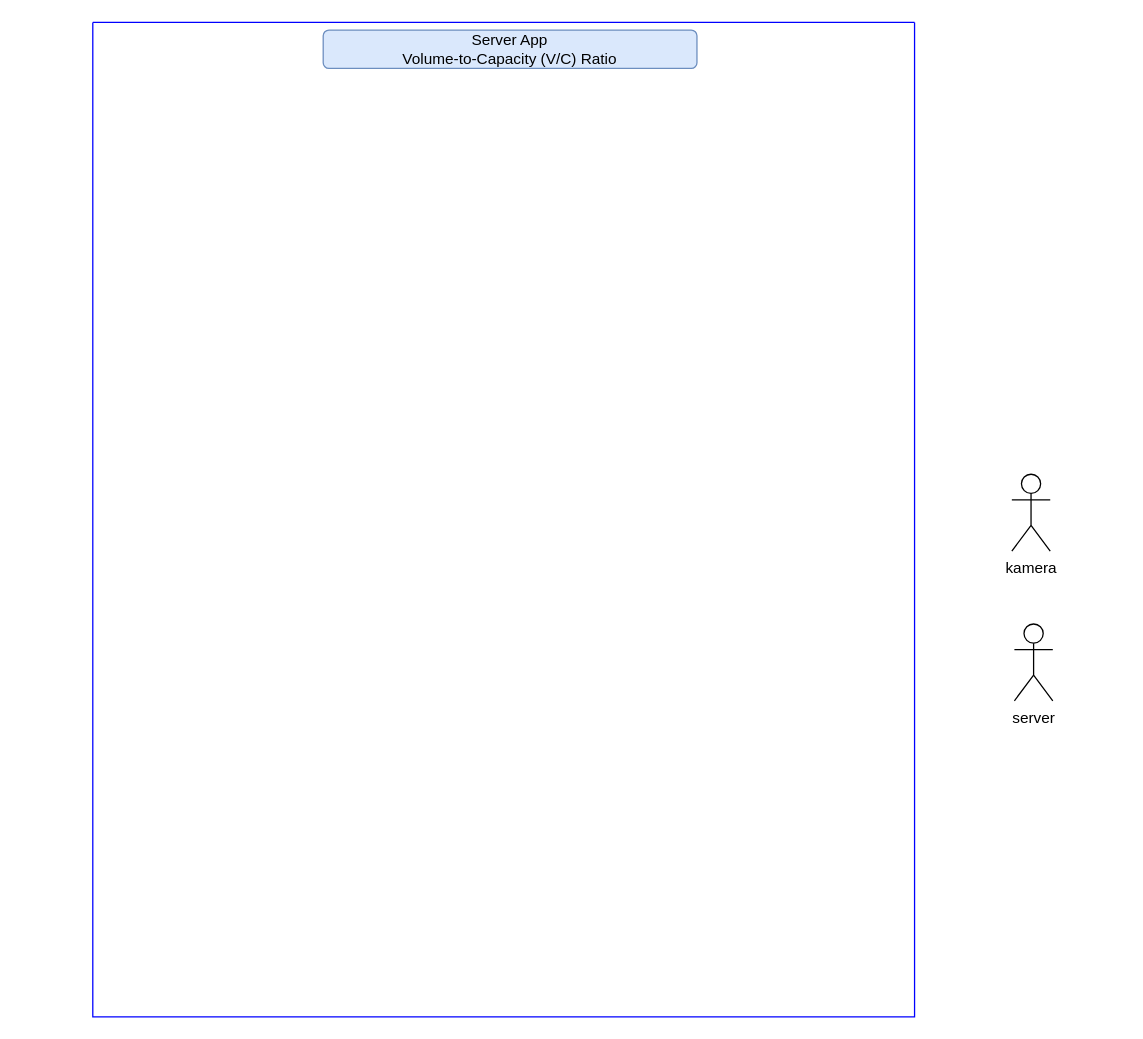
This is vc-ratio.drawio from eenattayani/desain, a draw.io file, before an edit. Source tidied: cells renumbered, new cells numbered last; positions are measured from the earlier drawing's top-left corner, leaving out a move shared by most shapes. Both pictures are drawn from the tidied source at 128%, with x=0, y=0 at pixel (92, 22).
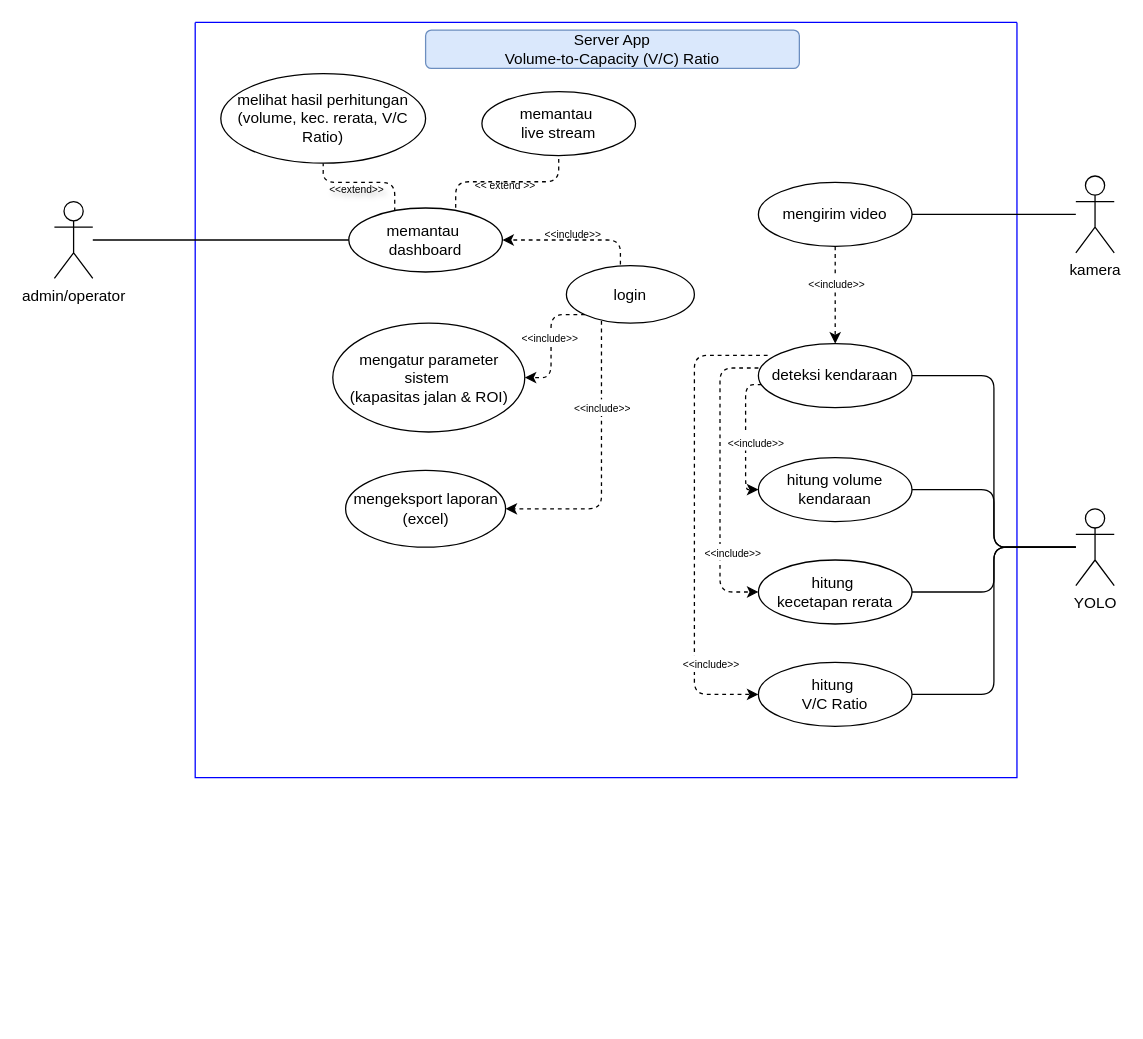
The same diagram, later.

What changed in the source:
```diff
@@
     <mxCell id="2" style="swimlane;startSize=0;fillColor=#fff2cc;strokeColor=#0000FF;" parent="1" vertex="1">
-      <mxGeometry width="642" height="777" as="geometry" />
+      <mxGeometry x="80" width="642" height="590" as="geometry" />
     </mxCell>
@@
+    <mxCell id="6" style="edgeStyle=orthogonalEdgeStyle;rounded=1;jettySize=auto;html=1;entryX=0.5;entryY=1;entryDx=0;entryDy=0;curved=0;dashed=1;endArrow=none;endFill=0;exitX=0.299;exitY=0.052;exitDx=0;exitDy=0;exitPerimeter=0;" parent="2" edge="1" source="12" target="14">
+      <mxGeometry relative="1" as="geometry" />
+    </mxCell>
+    <mxCell id="7" value="&lt;font style=&quot;font-size: 8px;&quot;&gt;&amp;lt;&amp;lt;extend&amp;gt;&amp;gt;&lt;/font&gt;" style="edgeLabel;html=1;align=center;verticalAlign=middle;textShadow=1;labelBackgroundColor=none;" parent="6" vertex="1">
+      <mxGeometry x="0.15" y="1" relative="1" as="geometry">
+        <mxPoint x="1" y="3" as="offset" />
+      </mxGeometry>
+    </mxCell>
+    <mxCell id="8" style="edgeStyle=orthogonalEdgeStyle;rounded=1;jettySize=auto;html=1;entryX=0.5;entryY=1;entryDx=0;entryDy=0;curved=0;dashed=1;endArrow=none;endFill=0;exitX=0.696;exitY=-0.002;exitDx=0;exitDy=0;exitPerimeter=0;fontSize=8;" parent="2" edge="1" source="12" target="13">
+      <mxGeometry relative="1" as="geometry" />
+    </mxCell>
+    <mxCell id="9" value="&amp;lt;&amp;lt; extend &amp;gt;&amp;gt;" style="edgeLabel;html=1;align=center;verticalAlign=middle;fontSize=8;labelBackgroundColor=none;" parent="8" vertex="1">
+      <mxGeometry x="-0.24" y="-1" relative="1" as="geometry">
+        <mxPoint x="12" y="2" as="offset" />
+      </mxGeometry>
+    </mxCell>
+    <mxCell id="10" style="edgeStyle=orthogonalEdgeStyle;rounded=1;jettySize=auto;html=1;entryX=1;entryY=0.5;entryDx=0;entryDy=0;curved=0;endArrow=classic;endFill=1;dashed=1;exitX=0.422;exitY=-0.019;exitDx=0;exitDy=0;exitPerimeter=0;" parent="2" edge="1" source="32" target="12">
+      <mxGeometry relative="1" as="geometry" />
+    </mxCell>
+    <mxCell id="11" value="&amp;lt;&amp;lt;include&amp;gt;&amp;gt;" style="edgeLabel;html=1;align=center;verticalAlign=middle;fontSize=8;labelBackgroundColor=none;" parent="10" vertex="1">
+      <mxGeometry x="-0.15" y="-2" relative="1" as="geometry">
+        <mxPoint x="-10" y="-3" as="offset" />
+      </mxGeometry>
+    </mxCell>
+    <mxCell id="12" value="memantau&amp;nbsp;&lt;div&gt;dashboard&lt;/div&gt;" style="ellipse;whiteSpace=wrap;html=1;" parent="2" vertex="1">
+      <mxGeometry x="120" y="145" width="120" height="50" as="geometry" />
+    </mxCell>
+    <mxCell id="13" value="memantau&amp;nbsp;&lt;div&gt;live stream&lt;/div&gt;" style="ellipse;whiteSpace=wrap;html=1;" parent="2" vertex="1">
+      <mxGeometry x="224" y="54" width="120" height="50" as="geometry" />
+    </mxCell>
+    <mxCell id="14" value="melihat hasil perhitungan&lt;div&gt;(volume, kec. rerata, V/C Ratio)&lt;/div&gt;" style="ellipse;whiteSpace=wrap;html=1;" parent="2" vertex="1">
+      <mxGeometry x="20" y="40" width="160" height="70" as="geometry" />
+    </mxCell>
+    <mxCell id="15" value="mengatur parameter sistem&amp;nbsp;&lt;div&gt;(kapasitas jalan &amp;amp; ROI)&lt;/div&gt;" style="ellipse;whiteSpace=wrap;html=1;" parent="2" vertex="1">
+      <mxGeometry x="107.5" y="235" width="150" height="85" as="geometry" />
+    </mxCell>
+    <mxCell id="16" value="mengeksport laporan (excel)" style="ellipse;whiteSpace=wrap;html=1;" parent="2" vertex="1">
+      <mxGeometry x="117.5" y="350" width="125" height="60" as="geometry" />
+    </mxCell>
+    <mxCell id="17" style="edgeStyle=orthogonalEdgeStyle;rounded=1;jettySize=auto;html=1;entryX=0.5;entryY=0;entryDx=0;entryDy=0;curved=0;dashed=1;" parent="2" edge="1" source="19" target="24">
+      <mxGeometry relative="1" as="geometry" />
+    </mxCell>
+    <mxCell id="18" value="&lt;font style=&quot;font-size: 8px;&quot;&gt;&amp;lt;&amp;lt;include&amp;gt;&amp;gt;&lt;/font&gt;" style="edgeLabel;html=1;align=center;verticalAlign=middle;" parent="17" vertex="1">
+      <mxGeometry x="-0.27" relative="1" as="geometry" />
+    </mxCell>
+    <mxCell id="19" value="mengirim video" style="ellipse;whiteSpace=wrap;html=1;" parent="2" vertex="1">
+      <mxGeometry x="440" y="125" width="120" height="50" as="geometry" />
+    </mxCell>
+    <mxCell id="20" style="edgeStyle=orthogonalEdgeStyle;rounded=1;jettySize=auto;html=1;entryX=0;entryY=0.5;entryDx=0;entryDy=0;curved=0;dashed=1;exitX=0.021;exitY=0.64;exitDx=0;exitDy=0;exitPerimeter=0;" parent="2" edge="1" source="24" target="25">
+      <mxGeometry relative="1" as="geometry">
+        <Array as="points">
+          <mxPoint x="430" y="283" />
+          <mxPoint x="430" y="365" />
+        </Array>
+      </mxGeometry>
+    </mxCell>
+    <mxCell id="21" value="&lt;font style=&quot;font-size: 8px;&quot;&gt;&amp;lt;&amp;lt;include&amp;gt;&amp;gt;&lt;/font&gt;" style="edgeLabel;html=1;align=center;verticalAlign=middle;" parent="20" vertex="1">
+      <mxGeometry x="0.18" relative="1" as="geometry">
+        <mxPoint x="7" y="-5" as="offset" />
+      </mxGeometry>
+    </mxCell>
+    <mxCell id="22" style="edgeStyle=orthogonalEdgeStyle;rounded=1;jettySize=auto;html=1;entryX=0;entryY=0.5;entryDx=0;entryDy=0;curved=0;dashed=1;exitX=0;exitY=0.38;exitDx=0;exitDy=0;exitPerimeter=0;" parent="2" edge="1" source="24" target="26">
+      <mxGeometry relative="1" as="geometry">
+        <Array as="points">
+          <mxPoint x="410" y="270" />
+          <mxPoint x="410" y="445" />
+        </Array>
+      </mxGeometry>
+    </mxCell>
+    <mxCell id="23" style="edgeStyle=orthogonalEdgeStyle;rounded=1;jettySize=auto;html=1;entryX=0;entryY=0.5;entryDx=0;entryDy=0;curved=0;dashed=1;exitX=0.06;exitY=0.183;exitDx=0;exitDy=0;exitPerimeter=0;" parent="2" edge="1" source="24" target="27">
+      <mxGeometry relative="1" as="geometry">
+        <Array as="points">
+          <mxPoint x="390" y="260" />
+          <mxPoint x="390" y="525" />
+        </Array>
+      </mxGeometry>
+    </mxCell>
+    <mxCell id="24" value="deteksi kendaraan" style="ellipse;whiteSpace=wrap;html=1;" parent="2" vertex="1">
+      <mxGeometry x="440" y="251" width="120" height="50" as="geometry" />
+    </mxCell>
+    <mxCell id="25" value="hitung volume kendaraan" style="ellipse;whiteSpace=wrap;html=1;" parent="2" vertex="1">
+      <mxGeometry x="440" y="340" width="120" height="50" as="geometry" />
+    </mxCell>
+    <mxCell id="26" value="hitung&amp;nbsp;&lt;div&gt;kecetapan rerata&lt;/div&gt;" style="ellipse;whiteSpace=wrap;html=1;" parent="2" vertex="1">
+      <mxGeometry x="440" y="420" width="120" height="50" as="geometry" />
+    </mxCell>
+    <mxCell id="27" value="hitung&amp;nbsp;&lt;div&gt;V/C Ratio&lt;/div&gt;" style="ellipse;whiteSpace=wrap;html=1;" parent="2" vertex="1">
+      <mxGeometry x="440" y="500" width="120" height="50" as="geometry" />
+    </mxCell>
+    <mxCell id="28" style="edgeStyle=orthogonalEdgeStyle;rounded=1;orthogonalLoop=1;jettySize=auto;html=1;entryX=1;entryY=0.5;entryDx=0;entryDy=0;curved=0;dashed=1;exitX=0;exitY=1;exitDx=0;exitDy=0;" parent="2" edge="1">
+      <mxGeometry relative="1" as="geometry">
+        <mxPoint x="304.5" y="228.3" as="sourcePoint" />
+        <mxPoint x="257.5" y="277.5" as="targetPoint" />
+        <Array as="points">
+          <mxPoint x="278" y="228" />
+          <mxPoint x="278" y="278" />
+        </Array>
+      </mxGeometry>
+    </mxCell>
+    <mxCell id="29" value="&lt;font style=&quot;font-size: 8px;&quot;&gt;&amp;lt;&amp;lt;include&amp;gt;&amp;gt;&lt;/font&gt;" style="edgeLabel;html=1;align=center;verticalAlign=middle;" parent="28" vertex="1">
+      <mxGeometry x="-0.09" relative="1" as="geometry">
+        <mxPoint x="-2" as="offset" />
+      </mxGeometry>
+    </mxCell>
+    <mxCell id="30" style="edgeStyle=orthogonalEdgeStyle;rounded=1;jettySize=auto;html=1;entryX=1;entryY=0.5;entryDx=0;entryDy=0;curved=0;dashed=1;exitX=0.274;exitY=0.96;exitDx=0;exitDy=0;exitPerimeter=0;" parent="2" edge="1" source="32" target="16">
+      <mxGeometry relative="1" as="geometry">
+        <Array as="points">
+          <mxPoint x="317" y="380" />
+        </Array>
+      </mxGeometry>
+    </mxCell>
+    <mxCell id="31" value="&lt;font style=&quot;font-size: 8px;&quot;&gt;&amp;lt;&amp;lt;include&amp;gt;&amp;gt;&lt;/font&gt;" style="edgeLabel;html=1;align=center;verticalAlign=middle;" parent="30" vertex="1">
+      <mxGeometry x="-0.4" relative="1" as="geometry" />
+    </mxCell>
+    <mxCell id="32" value="login" style="ellipse;whiteSpace=wrap;html=1;" parent="2" vertex="1">
+      <mxGeometry x="290" y="190" width="100" height="45" as="geometry" />
+    </mxCell>
+    <mxCell id="33" value="&lt;font style=&quot;font-size: 8px;&quot;&gt;&amp;lt;&amp;lt;include&amp;gt;&amp;gt;&lt;/font&gt;" style="edgeLabel;html=1;align=center;verticalAlign=middle;" parent="2" vertex="1">
+      <mxGeometry x="419" y="413" as="geometry" />
+    </mxCell>
+    <mxCell id="34" value="&lt;font style=&quot;font-size: 8px;&quot;&gt;&amp;lt;&amp;lt;include&amp;gt;&amp;gt;&lt;/font&gt;" style="edgeLabel;html=1;align=center;verticalAlign=middle;" parent="2" vertex="1">
+      <mxGeometry x="402" y="500" as="geometry" />
+    </mxCell>
+    <mxCell id="35" style="edgeStyle=orthogonalEdgeStyle;rounded=1;jettySize=auto;html=1;entryX=1;entryY=0.5;entryDx=0;entryDy=0;endArrow=none;endFill=0;curved=0;" parent="1" edge="1" source="5" target="24">
+      <mxGeometry relative="1" as="geometry" />
+    </mxCell>
+    <mxCell id="36" style="edgeStyle=orthogonalEdgeStyle;rounded=1;jettySize=auto;html=1;entryX=1;entryY=0.5;entryDx=0;entryDy=0;endArrow=none;endFill=0;curved=0;" parent="1" edge="1" source="5" target="25">
+      <mxGeometry relative="1" as="geometry" />
+    </mxCell>
+    <mxCell id="37" style="edgeStyle=orthogonalEdgeStyle;rounded=1;jettySize=auto;html=1;endArrow=none;endFill=0;curved=0;" parent="1" edge="1" source="5" target="26">
+      <mxGeometry relative="1" as="geometry" />
+    </mxCell>
+    <mxCell id="38" style="edgeStyle=orthogonalEdgeStyle;rounded=1;jettySize=auto;html=1;entryX=1;entryY=0.5;entryDx=0;entryDy=0;endArrow=none;endFill=0;curved=0;" parent="1" edge="1" source="5" target="27">
+      <mxGeometry relative="1" as="geometry" />
+    </mxCell>
+    <mxCell id="5" value="YOLO" style="shape=umlActor;verticalLabelPosition=bottom;verticalAlign=top;html=1;outlineConnect=0;" parent="1" vertex="1">
+      <mxGeometry x="768" y="380" width="30" height="60" as="geometry" />
+    </mxCell>
+    <mxCell id="39" style="edgeStyle=orthogonalEdgeStyle;rounded=1;jettySize=auto;html=1;entryX=0;entryY=0.5;entryDx=0;entryDy=0;shape=wire;dashed=1;endArrow=none;endFill=0;curved=0;" parent="1" edge="1" source="40" target="12">
+      <mxGeometry relative="1" as="geometry" />
+    </mxCell>
+    <mxCell id="40" value="admin/operator" style="shape=umlActor;verticalLabelPosition=bottom;verticalAlign=top;html=1;outlineConnect=0;" parent="1" vertex="1">
+      <mxGeometry x="-30" y="140" width="30" height="60" as="geometry" />
+    </mxCell>
+    <mxCell id="41" style="edgeStyle=orthogonalEdgeStyle;rounded=1;jettySize=auto;html=1;entryX=1;entryY=0.5;entryDx=0;entryDy=0;endArrow=none;endFill=0;curved=0;" parent="1" edge="1" source="4" target="19">
+      <mxGeometry relative="1" as="geometry" />
+    </mxCell>
-    <mxCell id="4" value="kamera" style="shape=umlActor;verticalLabelPosition=bottom;verticalAlign=top;html=1;outlineConnect=0;" parent="2" vertex="1">
-      <mxGeometry x="718" y="353" width="30" height="60" as="geometry" />
+    <mxCell id="4" value="kamera" style="shape=umlActor;verticalLabelPosition=bottom;verticalAlign=top;html=1;outlineConnect=0;" parent="1" vertex="1">
+      <mxGeometry x="768" y="120" width="30" height="60" as="geometry" />
     </mxCell>
-    <mxCell id="5" value="server" style="shape=umlActor;verticalLabelPosition=bottom;verticalAlign=top;html=1;outlineConnect=0;" parent="1" vertex="1">
-      <mxGeometry x="720" y="470" width="30" height="60" as="geometry" />
-    </mxCell>
```
